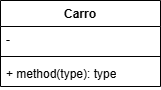
The draw.io diagram Proyecto-desarrollo.png in juampa1907/Proyecto-final-desarrollo, before a commit. Source tidied: cells renumbered, new cells last; positions are measured from the earlier drawing's top-left corner, leaving out a move shared by most shapes.
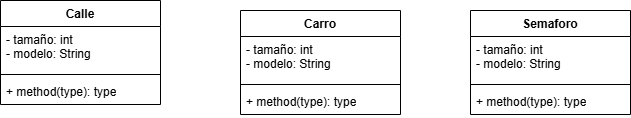
The same file after the commit.

Change to the diagram source:
```diff
@@ -3,16 +3,40 @@
     <mxCell id="0" />
     <mxCell id="1" parent="0" />
     <mxCell id="2" value="Carro" style="swimlane;fontStyle=1;align=center;verticalAlign=top;horizontal=1;startSize=26;whiteSpace=wrap;html=1;" parent="1" vertex="1">
-      <mxGeometry width="160" height="86" as="geometry" />
+      <mxGeometry width="160" height="104" as="geometry" />
     </mxCell>
-    <mxCell id="3" value="-&amp;nbsp;" style="text;strokeColor=none;fillColor=none;align=left;verticalAlign=top;spacingLeft=4;spacingRight=4;overflow=hidden;whiteSpace=wrap;html=1;" parent="2" vertex="1">
-      <mxGeometry y="26" width="160" height="26" as="geometry" />
+    <mxCell id="3" value="- tamaño: int&lt;div&gt;- modelo: String&lt;br&gt;&lt;br&gt;&lt;/div&gt;" style="text;strokeColor=none;fillColor=none;align=left;verticalAlign=top;spacingLeft=4;spacingRight=4;overflow=hidden;whiteSpace=wrap;html=1;" parent="2" vertex="1">
+      <mxGeometry y="26" width="160" height="44" as="geometry" />
     </mxCell>
     <mxCell id="4" style="line;strokeWidth=1;fillColor=none;align=left;verticalAlign=middle;spacingTop=-1;spacingLeft=3;spacingRight=3;labelPosition=right;strokeColor=inherit;" parent="2" vertex="1">
-      <mxGeometry y="52" width="160" height="8" as="geometry" />
+      <mxGeometry y="70" width="160" height="8" as="geometry" />
     </mxCell>
     <mxCell id="5" value="+ method(type): type" style="text;strokeColor=none;fillColor=none;align=left;verticalAlign=top;spacingLeft=4;spacingRight=4;overflow=hidden;whiteSpace=wrap;html=1;" parent="2" vertex="1">
-      <mxGeometry y="60" width="160" height="26" as="geometry" />
+      <mxGeometry y="78" width="160" height="26" as="geometry" />
     </mxCell>
+    <mxCell id="6" value="Semaforo" style="swimlane;fontStyle=1;align=center;verticalAlign=top;horizontal=1;startSize=26;whiteSpace=wrap;html=1;" parent="1" vertex="1">
+      <mxGeometry x="230" width="160" height="104" as="geometry" />
+    </mxCell>
+    <mxCell id="7" value="- tamaño: int&lt;div&gt;- modelo: String&lt;br&gt;&lt;br&gt;&lt;/div&gt;" style="text;strokeColor=none;fillColor=none;align=left;verticalAlign=top;spacingLeft=4;spacingRight=4;overflow=hidden;whiteSpace=wrap;html=1;" parent="6" vertex="1">
+      <mxGeometry y="26" width="160" height="44" as="geometry" />
+    </mxCell>
+    <mxCell id="8" style="line;strokeWidth=1;fillColor=none;align=left;verticalAlign=middle;spacingTop=-1;spacingLeft=3;spacingRight=3;labelPosition=right;strokeColor=inherit;" parent="6" vertex="1">
+      <mxGeometry y="70" width="160" height="8" as="geometry" />
+    </mxCell>
+    <mxCell id="9" value="+ method(type): type" style="text;strokeColor=none;fillColor=none;align=left;verticalAlign=top;spacingLeft=4;spacingRight=4;overflow=hidden;whiteSpace=wrap;html=1;" parent="6" vertex="1">
+      <mxGeometry y="78" width="160" height="26" as="geometry" />
+    </mxCell>
+    <mxCell id="10" value="Calle" style="swimlane;fontStyle=1;align=center;verticalAlign=top;horizontal=1;startSize=26;whiteSpace=wrap;html=1;" parent="1" vertex="1">
+      <mxGeometry x="-240" y="-10" width="160" height="104" as="geometry" />
+    </mxCell>
+    <mxCell id="11" value="- tamaño: int&lt;div&gt;- modelo: String&lt;br&gt;&lt;br&gt;&lt;/div&gt;" style="text;strokeColor=none;fillColor=none;align=left;verticalAlign=top;spacingLeft=4;spacingRight=4;overflow=hidden;whiteSpace=wrap;html=1;" parent="10" vertex="1">
+      <mxGeometry y="26" width="160" height="44" as="geometry" />
+    </mxCell>
+    <mxCell id="12" style="line;strokeWidth=1;fillColor=none;align=left;verticalAlign=middle;spacingTop=-1;spacingLeft=3;spacingRight=3;labelPosition=right;strokeColor=inherit;" parent="10" vertex="1">
+      <mxGeometry y="70" width="160" height="8" as="geometry" />
+    </mxCell>
+    <mxCell id="13" value="+ method(type): type" style="text;strokeColor=none;fillColor=none;align=left;verticalAlign=top;spacingLeft=4;spacingRight=4;overflow=hidden;whiteSpace=wrap;html=1;" parent="10" vertex="1">
+      <mxGeometry y="78" width="160" height="26" as="geometry" />
+    </mxCell>
   </root>
 </mxGraphModel>
```
